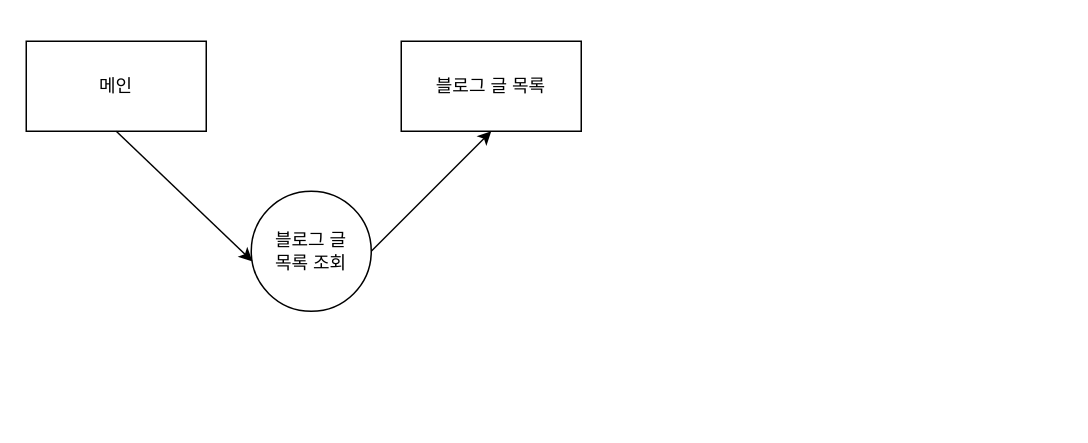
Above: 제목 없는 다이어그램.drawio in ordem-yoo/my_diagram (draw.io), before the change. Source tidied: cells renumbered, new cells numbered last; positions are measured from the earlier drawing's top-left corner, leaving out a move shared by most shapes. Both pictures are drawn from the tidied source at 150%, with x=0, y=0 at pixel (26, 40).
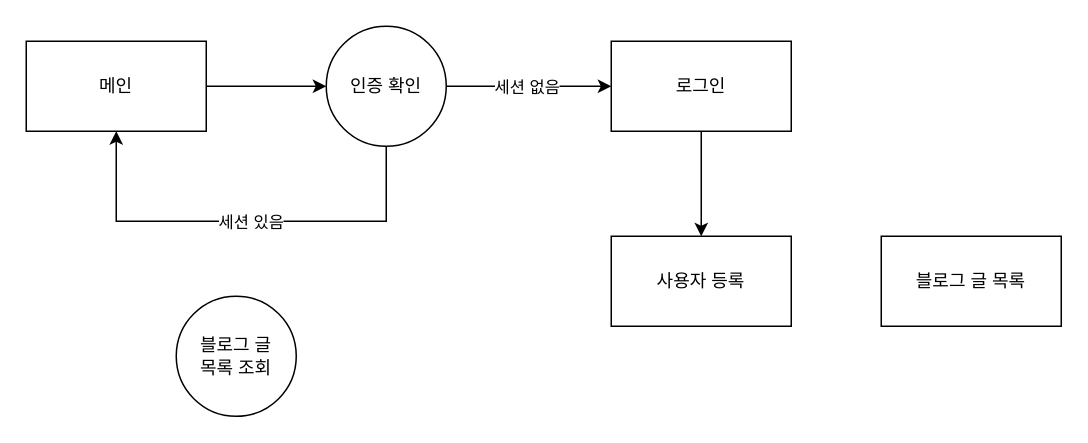
After the change.

Diff of the diagram source:
```diff
@@
 <mxGraphModel>
   <root>
     <mxCell id="0" />
     <mxCell id="1" parent="0" />
     <mxCell id="2" value="메인" style="rounded=0;whiteSpace=wrap;html=1;" parent="1" vertex="1">
       <mxGeometry width="120" height="60" as="geometry" />
     </mxCell>
     <mxCell id="3" value="블로그 글 목록" style="rounded=0;whiteSpace=wrap;html=1;" parent="1" vertex="1">
-      <mxGeometry x="250" width="120" height="60" as="geometry" />
+      <mxGeometry x="570" y="130" width="120" height="60" as="geometry" />
     </mxCell>
-    <mxCell id="4" style="endArrow=classic;html=1;rounded=0;exitX=1;exitY=0.5;exitDx=0;exitDy=0;entryX=0.5;entryY=1;entryDx=0;entryDy=0;startArrow=none;" parent="1" edge="1" source="5" target="3">
-      <mxGeometry relative="1" as="geometry" />
-    </mxCell>
     <mxCell id="5" value="블로그 글 &lt;br&gt;목록 조회" style="ellipse;whiteSpace=wrap;html=1;" parent="1" vertex="1">
-      <mxGeometry x="150" y="100" width="80" height="80" as="geometry" />
+      <mxGeometry x="100" y="170" width="80" height="80" as="geometry" />
     </mxCell>
-    <mxCell id="6" style="endArrow=classic;html=1;rounded=0;exitX=0.5;exitY=1;exitDx=0;exitDy=0;entryX=0.01;entryY=0.584;entryDx=0;entryDy=0;entryPerimeter=0;" parent="1" edge="1" source="2" target="5">
-      <mxGeometry relative="1" as="geometry" />
-    </mxCell>
+    <mxCell id="7" value="로그인" style="rounded=0;whiteSpace=wrap;html=1;" parent="1" vertex="1">
+      <mxGeometry x="390" width="120" height="60" as="geometry" />
+    </mxCell>
+    <mxCell id="8" value="사용자 등록" style="rounded=0;whiteSpace=wrap;html=1;" parent="1" vertex="1">
+      <mxGeometry x="390" y="130" width="120" height="60" as="geometry" />
+    </mxCell>
+    <mxCell id="9" value="인증 확인" style="ellipse;whiteSpace=wrap;html=1;" parent="1" vertex="1">
+      <mxGeometry x="200" y="-10" width="80" height="80" as="geometry" />
+    </mxCell>
+    <mxCell id="10" style="endArrow=classic;html=1;rounded=0;exitX=1;exitY=0.5;exitDx=0;exitDy=0;entryX=0;entryY=0.5;entryDx=0;entryDy=0;" parent="1" edge="1" source="2" target="9">
+      <mxGeometry relative="1" as="geometry" />
+    </mxCell>
+    <mxCell id="11" style="endArrow=classic;html=1;rounded=0;exitX=0.5;exitY=1;exitDx=0;exitDy=0;entryX=0.5;entryY=1;entryDx=0;entryDy=0;" parent="1" edge="1" source="9" target="2">
+      <mxGeometry relative="1" as="geometry">
+        <Array as="points">
+          <mxPoint x="240" y="120" />
+          <mxPoint x="60" y="120" />
+        </Array>
+      </mxGeometry>
+    </mxCell>
+    <mxCell id="12" value="세션 있음" style="edgeLabel;html=1;align=center;verticalAlign=middle;" parent="11" vertex="1">
+      <mxGeometry x="-0.1" relative="1" as="geometry">
+        <mxPoint x="-10" as="offset" />
+      </mxGeometry>
+    </mxCell>
+    <mxCell id="13" style="endArrow=classic;html=1;rounded=0;exitX=1;exitY=0.5;exitDx=0;exitDy=0;entryX=0;entryY=0.5;entryDx=0;entryDy=0;" parent="1" edge="1" source="9" target="7">
+      <mxGeometry relative="1" as="geometry" />
+    </mxCell>
+    <mxCell id="14" value="세션 없음" style="edgeLabel;html=1;align=center;verticalAlign=middle;" parent="13" vertex="1">
+      <mxGeometry x="-0.22" relative="1" as="geometry">
+        <mxPoint x="10" as="offset" />
+      </mxGeometry>
+    </mxCell>
+    <mxCell id="15" style="endArrow=classic;html=1;rounded=0;exitX=0.5;exitY=1;exitDx=0;exitDy=0;entryX=0.5;entryY=0;entryDx=0;entryDy=0;" parent="1" edge="1" source="7" target="8">
+      <mxGeometry relative="1" as="geometry" />
+    </mxCell>
   </root>
 </mxGraphModel>
```
